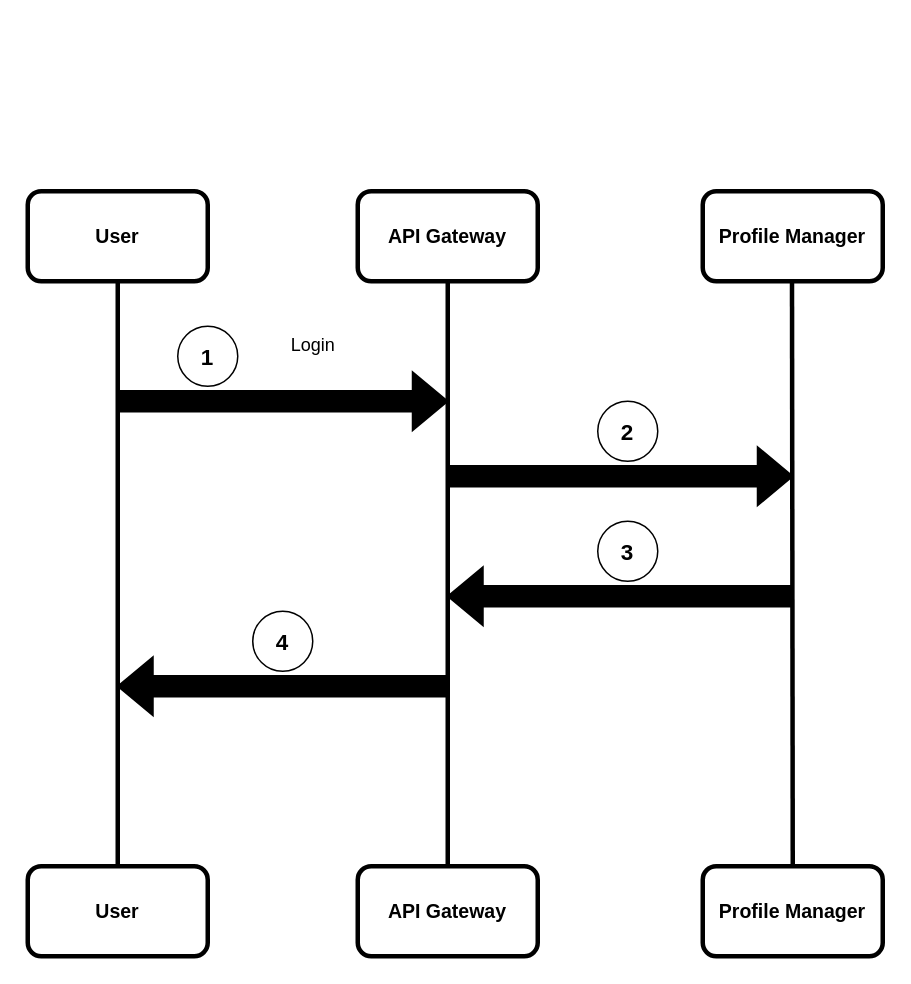
Above: backend/docs/rawFiles/Login.drawio in Parnazjanali/Zarfolio (draw.io), before the change. Source tidied: cells renumbered, new cells numbered last; positions are measured from the earlier drawing's top-left corner, leaving out a move shared by most shapes. Both pictures are drawn from the tidied source at 150%, with x=0, y=0 at pixel (27, 190).
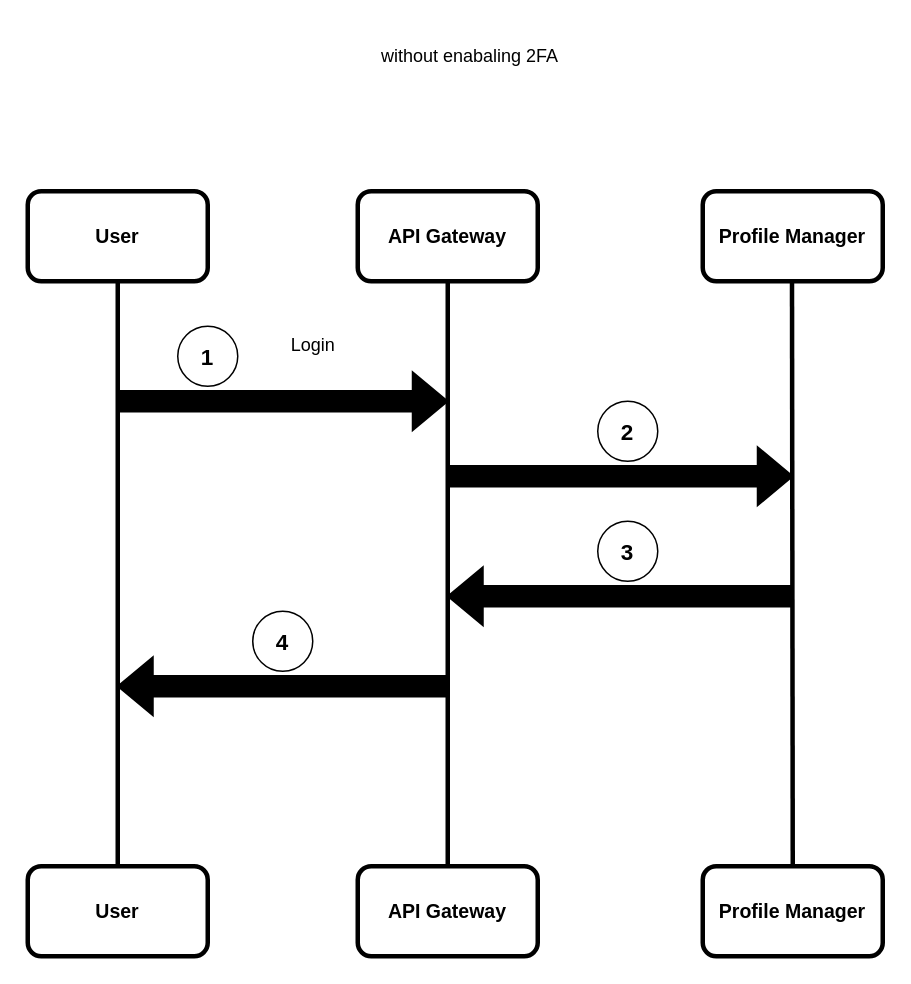
Above is the later version.

Diff of the diagram source:
```diff
@@
+    <mxCell id="21" value="without enabaling 2FA" style="text;html=1;align=center;verticalAlign=middle;whiteSpace=wrap;rounded=0;" parent="1" vertex="1">
+      <mxGeometry x="180" y="-110" width="230" height="40" as="geometry" />
+    </mxCell>
```
